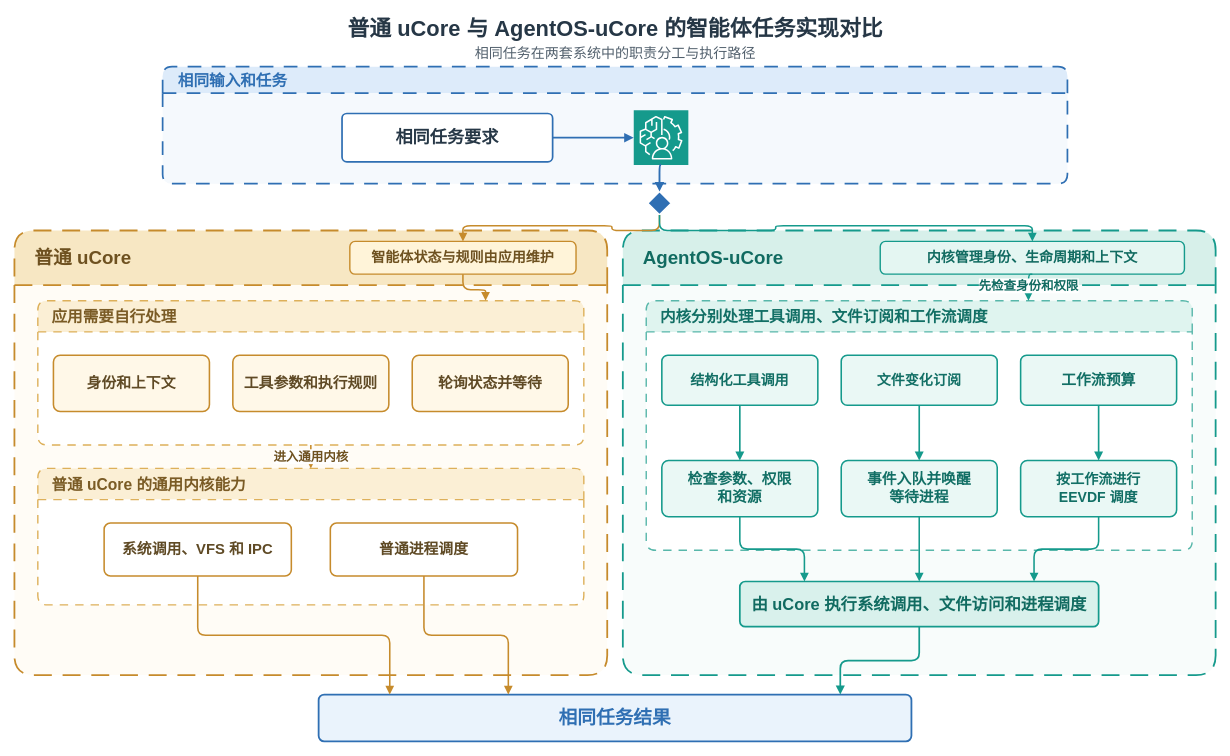
This is docs/figures/architecture/plain_agentos_comparison.drawio from yushugulao/Agent-OS, a draw.io file, before an edit. Source tidied: cells renumbered, new cells numbered last; positions are measured from the earlier drawing's top-left corner, leaving out a move shared by most shapes. Both pictures are drawn from the tidied source at 78%, with x=0, y=0 at pixel (14, 13).
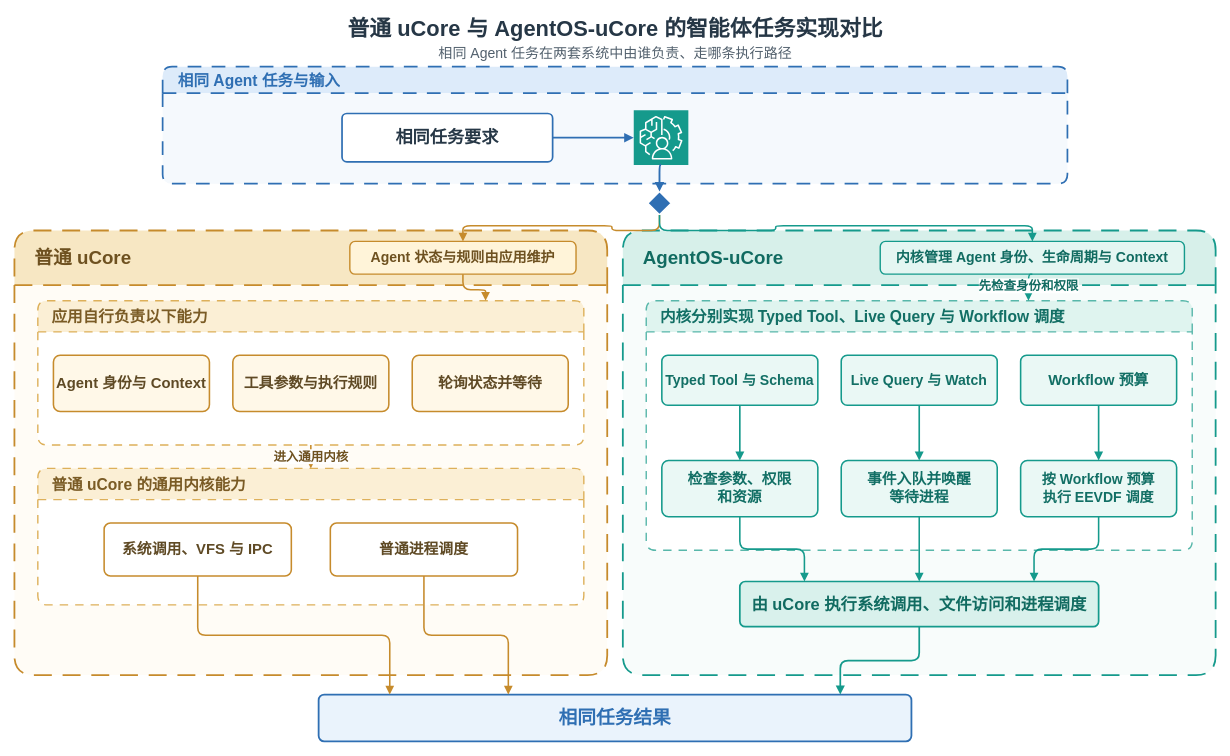
After the change.

The change refers to these unchanged cells:
```xml
<mxCell id="7" value="普通 uCore" style="swimlane;html=1;rounded=1;arcSize=12;startSize=70;horizontal=1;dashed=1;dashPattern=10 6;fillColor=#F7E7C3;swimlaneFillColor=#FFFCF6;strokeColor=#C68B2C;strokeWidth=2.3;fontFamily=Microsoft YaHei;fontSize=24;fontStyle=1;fontColor=#6E5120;align=left;spacingLeft=24;verticalAlign=middle;" parent="1" vertex="1">
  <mxGeometry y="278" width="760" height="570" as="geometry" />
</mxCell>
<mxCell id="13" value="普通 uCore 的通用内核能力" style="swimlane;html=1;rounded=1;arcSize=10;startSize=40;horizontal=1;dashed=1;dashPattern=6 5;fillColor=#FBEFD5;swimlaneFillColor=#FFFFFF;strokeColor=#DDB05A;strokeWidth=1.8;fontFamily=Microsoft YaHei;fontSize=20;fontStyle=1;fontColor=#7A5B25;align=left;spacingLeft=16;" parent="7" vertex="1">
  <mxGeometry x="30" y="305" width="700" height="175" as="geometry" />
</mxCell>
<mxCell id="16" value="AgentOS-uCore" style="swimlane;html=1;rounded=1;arcSize=12;startSize=70;horizontal=1;dashed=1;dashPattern=10 6;fillColor=#D7F0EA;swimlaneFillColor=#F8FCFB;strokeColor=#159A8C;strokeWidth=2.3;fontFamily=Microsoft YaHei;fontSize=24;fontStyle=1;fontColor=#116B61;align=left;spacingLeft=24;verticalAlign=middle;" parent="1" vertex="1">
  <mxGeometry x="780" y="278" width="760" height="570" as="geometry" />
</mxCell>
```

The edit, as a diff of the source:
```diff
@@
-    <mxCell id="2" value="&lt;div style=&quot;font-size:28px;font-weight:700;color:#263746;&quot;&gt;普通 uCore 与 AgentOS-uCore 的智能体任务实现对比&lt;/div&gt;&lt;div style=&quot;font-size:18px;font-weight:400;color:#52606D;margin-top:4px;&quot;&gt;相同任务在两套系统中的职责分工与执行路径&lt;/div&gt;" style="text;html=1;strokeColor=none;fillColor=none;align=center;verticalAlign=middle;fontFamily=Microsoft YaHei;fontSize=28;fontStyle=0;fontColor=#263746;" parent="1" vertex="1">
+    <mxCell id="2" value="&lt;div style=&quot;font-size:28px;font-weight:700;color:#263746;&quot;&gt;普通 uCore 与 AgentOS-uCore 的智能体任务实现对比&lt;/div&gt;&lt;div style=&quot;font-size:18px;font-weight:400;color:#52606D;margin-top:4px;&quot;&gt;相同 Agent 任务在两套系统中由谁负责、走哪条执行路径&lt;/div&gt;" style="text;html=1;strokeColor=none;fillColor=none;align=center;verticalAlign=middle;fontFamily=Microsoft YaHei;fontSize=28;fontStyle=0;fontColor=#263746;" parent="1" vertex="1">
       <mxGeometry x="30" width="1480" height="64" as="geometry" />
     </mxCell>
-    <mxCell id="3" value="相同输入和任务" style="swimlane;html=1;rounded=1;arcSize=12;startSize=34;horizontal=1;dashed=1;dashPattern=8 6;fillColor=#DDEBFA;swimlaneFillColor=#F5F9FD;strokeColor=#2F6FB3;strokeWidth=2.2;fontFamily=Microsoft YaHei;fontSize=20;fontStyle=1;fontColor=#2F6FB3;align=left;spacingLeft=18;" parent="1" vertex="1">
+    <mxCell id="3" value="相同 Agent 任务与输入" style="swimlane;html=1;rounded=1;arcSize=12;startSize=34;horizontal=1;dashed=1;dashPattern=8 6;fillColor=#DDEBFA;swimlaneFillColor=#F5F9FD;strokeColor=#2F6FB3;strokeWidth=2.2;fontFamily=Microsoft YaHei;fontSize=20;fontStyle=1;fontColor=#2F6FB3;align=left;spacingLeft=18;" parent="1" vertex="1">
       <mxGeometry x="190" y="68" width="1160" height="150" as="geometry" />
     </mxCell>
@@
-    <mxCell id="8" value="智能体状态与规则由应用维护" style="rounded=1;arcSize=16;whiteSpace=wrap;html=1;fillColor=#FFF4D9;strokeColor=#C68B2C;strokeWidth=1.8;fontFamily=Microsoft YaHei;fontSize=18;fontStyle=1;fontColor=#6E5120;align=center;verticalAlign=middle;" parent="7" vertex="1">
+    <mxCell id="8" value="Agent 状态与规则由应用维护" style="rounded=1;arcSize=16;whiteSpace=wrap;html=1;fillColor=#FFF4D9;strokeColor=#C68B2C;strokeWidth=1.8;fontFamily=Microsoft YaHei;fontSize=18;fontStyle=1;fontColor=#6E5120;align=center;verticalAlign=middle;" parent="7" vertex="1">
       <mxGeometry x="430" y="14" width="290" height="42" as="geometry" />
     </mxCell>
-    <mxCell id="9" value="应用需要自行处理" style="swimlane;html=1;rounded=1;arcSize=10;startSize=40;horizontal=1;dashed=1;dashPattern=6 5;fillColor=#FBEFD5;swimlaneFillColor=#FFFFFF;strokeColor=#DDB05A;strokeWidth=1.8;fontFamily=Microsoft YaHei;fontSize=20;fontStyle=1;fontColor=#7A5B25;align=left;spacingLeft=16;" parent="7" vertex="1">
+    <mxCell id="9" value="应用自行负责以下能力" style="swimlane;html=1;rounded=1;arcSize=10;startSize=40;horizontal=1;dashed=1;dashPattern=6 5;fillColor=#FBEFD5;swimlaneFillColor=#FFFFFF;strokeColor=#DDB05A;strokeWidth=1.8;fontFamily=Microsoft YaHei;fontSize=20;fontStyle=1;fontColor=#7A5B25;align=left;spacingLeft=16;" parent="7" vertex="1">
       <mxGeometry x="30" y="90" width="700" height="185" as="geometry" />
     </mxCell>
-    <mxCell id="10" value="身份和上下文" style="rounded=1;arcSize=12;whiteSpace=wrap;html=1;fillColor=#FFF8E8;strokeColor=#C68B2C;strokeWidth=2;fontFamily=Microsoft YaHei;fontSize=19;fontStyle=1;fontColor=#5F4A25;align=center;verticalAlign=middle;" parent="9" vertex="1">
+    <mxCell id="10" value="Agent 身份与 Context" style="rounded=1;arcSize=12;whiteSpace=wrap;html=1;fillColor=#FFF8E8;strokeColor=#C68B2C;strokeWidth=2;fontFamily=Microsoft YaHei;fontSize=19;fontStyle=1;fontColor=#5F4A25;align=center;verticalAlign=middle;" parent="9" vertex="1">
       <mxGeometry x="20" y="70" width="200" height="72" as="geometry" />
     </mxCell>
-    <mxCell id="11" value="工具参数和执行规则" style="rounded=1;arcSize=12;whiteSpace=wrap;html=1;fillColor=#FFF8E8;strokeColor=#C68B2C;strokeWidth=2;fontFamily=Microsoft YaHei;fontSize=19;fontStyle=1;fontColor=#5F4A25;align=center;verticalAlign=middle;" parent="9" vertex="1">
+    <mxCell id="11" value="工具参数与执行规则" style="rounded=1;arcSize=12;whiteSpace=wrap;html=1;fillColor=#FFF8E8;strokeColor=#C68B2C;strokeWidth=2;fontFamily=Microsoft YaHei;fontSize=19;fontStyle=1;fontColor=#5F4A25;align=center;verticalAlign=middle;" parent="9" vertex="1">
       <mxGeometry x="250" y="70" width="200" height="72" as="geometry" />
     </mxCell>
@@
-    <mxCell id="14" value="系统调用、VFS 和 IPC" style="rounded=1;arcSize=12;whiteSpace=wrap;html=1;fillColor=#FFFFFF;strokeColor=#C68B2C;strokeWidth=2;fontFamily=Microsoft YaHei;fontSize=19;fontStyle=1;fontColor=#5F4A25;align=center;verticalAlign=middle;" parent="13" vertex="1">
+    <mxCell id="14" value="系统调用、VFS 与 IPC" style="rounded=1;arcSize=12;whiteSpace=wrap;html=1;fillColor=#FFFFFF;strokeColor=#C68B2C;strokeWidth=2;fontFamily=Microsoft YaHei;fontSize=19;fontStyle=1;fontColor=#5F4A25;align=center;verticalAlign=middle;" parent="13" vertex="1">
       <mxGeometry x="85" y="70" width="240" height="68" as="geometry" />
     </mxCell>
@@
-    <mxCell id="17" value="内核管理身份、生命周期和上下文" style="rounded=1;arcSize=16;whiteSpace=wrap;html=1;fillColor=#E4F6F2;strokeColor=#159A8C;strokeWidth=1.8;fontFamily=Microsoft YaHei;fontSize=18;fontStyle=1;fontColor=#116B61;align=center;verticalAlign=middle;" parent="16" vertex="1">
+    <mxCell id="17" value="内核管理 Agent 身份、生命周期与 Context" style="rounded=1;arcSize=16;whiteSpace=wrap;html=1;fillColor=#E4F6F2;strokeColor=#159A8C;strokeWidth=1.8;fontFamily=Microsoft YaHei;fontSize=18;fontStyle=1;fontColor=#116B61;align=center;verticalAlign=middle;" parent="16" vertex="1">
       <mxGeometry x="330" y="14" width="390" height="42" as="geometry" />
     </mxCell>
-    <mxCell id="18" value="内核分别处理工具调用、文件订阅和工作流调度" style="swimlane;html=1;rounded=1;arcSize=10;startSize=40;horizontal=1;dashed=1;dashPattern=6 5;fillColor=#DFF4EF;swimlaneFillColor=#FFFFFF;strokeColor=#58B7AA;strokeWidth=1.8;fontFamily=Microsoft YaHei;fontSize=20;fontStyle=1;fontColor=#126F65;align=left;spacingLeft=16;" parent="16" vertex="1">
+    <mxCell id="18" value="内核分别实现 Typed Tool、Live Query 与 Workflow 调度" style="swimlane;html=1;rounded=1;arcSize=10;startSize=40;horizontal=1;dashed=1;dashPattern=6 5;fillColor=#DFF4EF;swimlaneFillColor=#FFFFFF;strokeColor=#58B7AA;strokeWidth=1.8;fontFamily=Microsoft YaHei;fontSize=20;fontStyle=1;fontColor=#126F65;align=left;spacingLeft=16;" parent="16" vertex="1">
       <mxGeometry x="30" y="90" width="700" height="320" as="geometry" />
     </mxCell>
-    <mxCell id="19" value="结构化工具调用" style="rounded=1;arcSize=12;whiteSpace=wrap;html=1;fillColor=#EAF8F5;strokeColor=#159A8C;strokeWidth=2;fontFamily=Microsoft YaHei;fontSize=18;fontStyle=1;fontColor=#126F65;align=center;verticalAlign=middle;" parent="18" vertex="1">
+    <mxCell id="19" value="Typed Tool 与 Schema" style="rounded=1;arcSize=12;whiteSpace=wrap;html=1;fillColor=#EAF8F5;strokeColor=#159A8C;strokeWidth=2;fontFamily=Microsoft YaHei;fontSize=18;fontStyle=1;fontColor=#126F65;align=center;verticalAlign=middle;" parent="18" vertex="1">
       <mxGeometry x="20" y="70" width="200" height="64" as="geometry" />
     </mxCell>
@@
-    <mxCell id="21" value="文件变化订阅" style="rounded=1;arcSize=12;whiteSpace=wrap;html=1;fillColor=#EAF8F5;strokeColor=#159A8C;strokeWidth=2;fontFamily=Microsoft YaHei;fontSize=18;fontStyle=1;fontColor=#126F65;align=center;verticalAlign=middle;" parent="18" vertex="1">
+    <mxCell id="21" value="Live Query 与 Watch" style="rounded=1;arcSize=12;whiteSpace=wrap;html=1;fillColor=#EAF8F5;strokeColor=#159A8C;strokeWidth=2;fontFamily=Microsoft YaHei;fontSize=18;fontStyle=1;fontColor=#126F65;align=center;verticalAlign=middle;" parent="18" vertex="1">
       <mxGeometry x="250" y="70" width="200" height="64" as="geometry" />
     </mxCell>
@@
-    <mxCell id="23" value="工作流预算" style="rounded=1;arcSize=12;whiteSpace=wrap;html=1;fillColor=#EAF8F5;strokeColor=#159A8C;strokeWidth=2;fontFamily=Microsoft YaHei;fontSize=19;fontStyle=1;fontColor=#126F65;align=center;verticalAlign=middle;" parent="18" vertex="1">
+    <mxCell id="23" value="Workflow 预算" style="rounded=1;arcSize=12;whiteSpace=wrap;html=1;fillColor=#EAF8F5;strokeColor=#159A8C;strokeWidth=2;fontFamily=Microsoft YaHei;fontSize=19;fontStyle=1;fontColor=#126F65;align=center;verticalAlign=middle;" parent="18" vertex="1">
       <mxGeometry x="480" y="70" width="200" height="64" as="geometry" />
     </mxCell>
-    <mxCell id="24" value="按工作流进行&#10;EEVDF 调度" style="rounded=1;arcSize=12;whiteSpace=wrap;html=1;fillColor=#EAF8F5;strokeColor=#159A8C;strokeWidth=2;fontFamily=Microsoft YaHei;fontSize=18;fontStyle=1;fontColor=#126F65;align=center;verticalAlign=middle;" parent="18" vertex="1">
+    <mxCell id="24" value="按 Workflow 预算&#10;执行 EEVDF 调度" style="rounded=1;arcSize=12;whiteSpace=wrap;html=1;fillColor=#EAF8F5;strokeColor=#159A8C;strokeWidth=2;fontFamily=Microsoft YaHei;fontSize=18;fontStyle=1;fontColor=#126F65;align=center;verticalAlign=middle;" parent="18" vertex="1">
       <mxGeometry x="480" y="205" width="200" height="72" as="geometry" />
     </mxCell>
```
